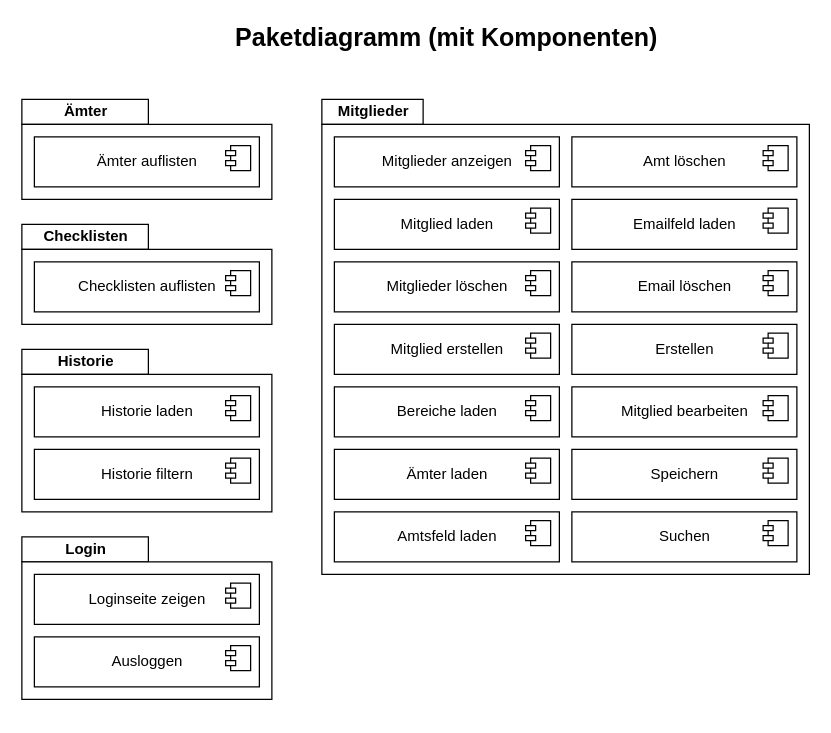
mribrgr/StuRa-Mitgliederdatenbank keeps this draw.io diagram as page "Paketkomponenten" (3 of 10) of docs/anforderung/files/svg/diagrams_master.drawio. Above is the earlier version. Source tidied: cells renumbered, new cells numbered last; positions are measured from the earlier drawing's top-left corner, leaving out a move shared by most shapes. Both pictures are drawn from the tidied source at 125%, with x=0, y=0 at pixel (21, 24).
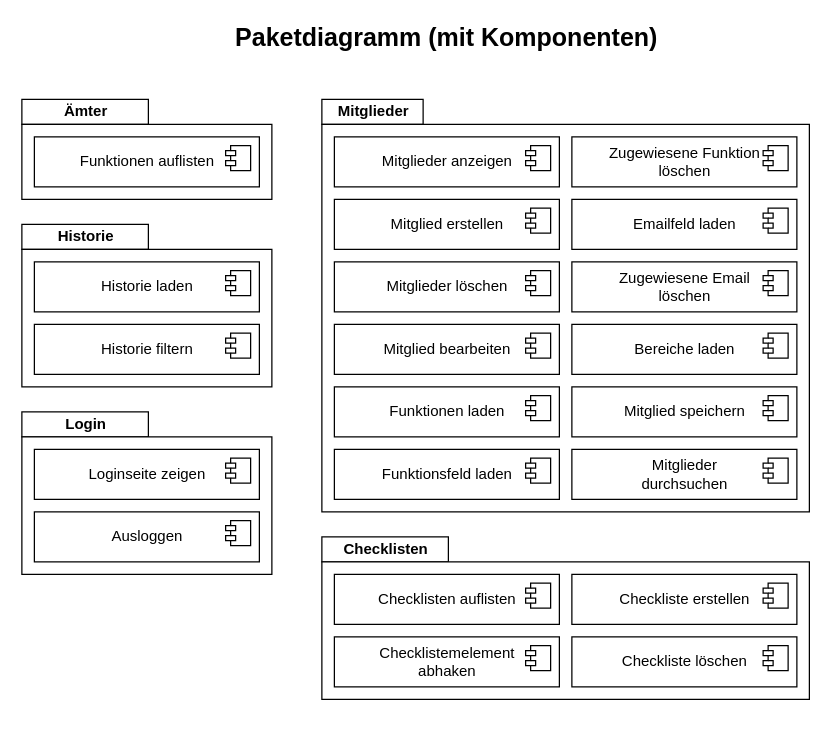
After the change.

Unchanged cells that the change refers to:
```xml
<mxCell id="9" style="group;" parent="1" vertex="1">
  <mxGeometry y="60" width="200" height="100" as="geometry" />
</mxCell>
```

What changed in the source:
```diff
@@
-    <mxCell id="2" style="group;" parent="1" vertex="1">
-      <mxGeometry y="260" width="200" height="140" as="geometry" />
-    </mxCell>
-    <mxCell id="3" value="Historie" style="html=1;fontStyle=1;" parent="2" vertex="1">
-      <mxGeometry width="101.2" height="20" as="geometry" />
-    </mxCell>
-    <mxCell id="4" style="rounded=0;whiteSpace=wrap;html=1;" parent="2" vertex="1">
-      <mxGeometry y="20" width="200" height="110" as="geometry" />
-    </mxCell>
-    <mxCell id="5" value="Historie laden" style="html=1;" parent="2" vertex="1">
-      <mxGeometry x="10" y="30" width="180" height="40" as="geometry" />
-    </mxCell>
-    <mxCell id="6" style="shape=component;jettyWidth=8;jettyHeight=4;" parent="5" vertex="1">
-      <mxGeometry x="1" width="20" height="20" relative="1" as="geometry">
-        <mxPoint x="-27" y="7" as="offset" />
-      </mxGeometry>
-    </mxCell>
-    <mxCell id="7" value="Historie filtern" style="html=1;" parent="2" vertex="1">
-      <mxGeometry x="10" y="80" width="180" height="40" as="geometry" />
-    </mxCell>
-    <mxCell id="8" style="shape=component;jettyWidth=8;jettyHeight=4;" parent="7" vertex="1">
-      <mxGeometry x="1" width="20" height="20" relative="1" as="geometry">
-        <mxPoint x="-27" y="7" as="offset" />
-      </mxGeometry>
-    </mxCell>
@@
-    <mxCell id="12" value="Ämter auflisten" style="html=1;" parent="9" vertex="1">
+    <mxCell id="12" value="Funktionen auflisten" style="html=1;" parent="9" vertex="1">
       <mxGeometry x="10" y="30" width="180" height="40" as="geometry" />
     </mxCell>
@@
-    <mxCell id="14" style="group;" parent="1" vertex="1">
-      <mxGeometry y="160" width="200" height="100" as="geometry" />
-    </mxCell>
-    <mxCell id="15" value="Checklisten" style="html=1;fontStyle=1;" parent="14" vertex="1">
-      <mxGeometry width="101.2" height="20" as="geometry" />
-    </mxCell>
-    <mxCell id="16" style="rounded=0;whiteSpace=wrap;html=1;" parent="14" vertex="1">
-      <mxGeometry y="20" width="200" height="60" as="geometry" />
-    </mxCell>
-    <mxCell id="17" value="Checklisten auflisten" style="html=1;" parent="14" vertex="1">
-      <mxGeometry x="10" y="30" width="180" height="40" as="geometry" />
-    </mxCell>
-    <mxCell id="18" style="shape=component;jettyWidth=8;jettyHeight=4;" parent="17" vertex="1">
-      <mxGeometry x="1" width="20" height="20" relative="1" as="geometry">
-        <mxPoint x="-27" y="7" as="offset" />
-      </mxGeometry>
-    </mxCell>
     <mxCell id="19" style="group;" parent="1" vertex="1">
-      <mxGeometry y="410" width="200" height="140" as="geometry" />
+      <mxGeometry y="310" width="200" height="140" as="geometry" />
     </mxCell>
@@
-    <mxCell id="27" style="group;" parent="1" vertex="1">
-      <mxGeometry x="240" y="60" width="390" height="380" as="geometry" />
-    </mxCell>
+    <mxCell id="58" style="group;" parent="1" vertex="1">
+      <mxGeometry x="240" y="60" width="390" height="330" as="geometry" />
+    </mxCell>
-    <mxCell id="28" value="Mitglieder" style="html=1;fontStyle=1;" parent="27" vertex="1">
+    <mxCell id="28" value="Mitglieder" style="html=1;fontStyle=1;" parent="58" vertex="1">
       <mxGeometry width="81" height="20" as="geometry" />
     </mxCell>
-    <mxCell id="29" style="rounded=0;whiteSpace=wrap;html=1;" parent="27" vertex="1">
-      <mxGeometry y="20" width="390" height="360" as="geometry" />
+    <mxCell id="29" style="rounded=0;whiteSpace=wrap;html=1;" parent="58" vertex="1">
+      <mxGeometry y="20" width="390" height="310" as="geometry" />
     </mxCell>
-    <mxCell id="30" value="Mitglieder anzeigen" style="html=1;" parent="27" vertex="1">
+    <mxCell id="30" value="Mitglieder anzeigen" style="html=1;" parent="58" vertex="1">
       <mxGeometry x="10" y="30" width="180" height="40" as="geometry" />
     </mxCell>
@@
-    <mxCell id="32" value="Mitglied laden" style="html=1;" parent="27" vertex="1">
-      <mxGeometry x="10" y="80" width="180" height="40" as="geometry" />
-    </mxCell>
-    <mxCell id="33" style="shape=component;jettyWidth=8;jettyHeight=4;" parent="32" vertex="1">
-      <mxGeometry x="1" width="20" height="20" relative="1" as="geometry">
-        <mxPoint x="-27" y="7" as="offset" />
-      </mxGeometry>
-    </mxCell>
-    <mxCell id="34" value="Mitglieder löschen" style="html=1;" parent="27" vertex="1">
+    <mxCell id="34" value="Mitglieder löschen" style="html=1;" parent="58" vertex="1">
       <mxGeometry x="10" y="130" width="180" height="40" as="geometry" />
     </mxCell>
@@
-    <mxCell id="36" value="Mitglied erstellen" style="html=1;" parent="27" vertex="1">
-      <mxGeometry x="10" y="180" width="180" height="40" as="geometry" />
+    <mxCell id="36" value="Mitglied erstellen" style="html=1;" parent="58" vertex="1">
+      <mxGeometry x="10" y="80" width="180" height="40" as="geometry" />
     </mxCell>
@@
-    <mxCell id="38" value="Bereiche laden" style="html=1;" parent="27" vertex="1">
-      <mxGeometry x="10" y="230" width="180" height="40" as="geometry" />
+    <mxCell id="38" value="Bereiche laden" style="html=1;" parent="58" vertex="1">
+      <mxGeometry x="200" y="180" width="180" height="40" as="geometry" />
     </mxCell>
@@
-    <mxCell id="40" value="Ämter laden" style="html=1;" parent="27" vertex="1">
-      <mxGeometry x="10" y="280" width="180" height="40" as="geometry" />
+    <mxCell id="40" value="Funktionen laden" style="html=1;" parent="58" vertex="1">
+      <mxGeometry x="10" y="230" width="180" height="40" as="geometry" />
     </mxCell>
@@
-    <mxCell id="42" value="Amtsfeld laden" style="html=1;" parent="27" vertex="1">
-      <mxGeometry x="10" y="330" width="180" height="40" as="geometry" />
+    <mxCell id="42" value="Funktionsfeld laden" style="html=1;" parent="58" vertex="1">
+      <mxGeometry x="10" y="280" width="180" height="40" as="geometry" />
     </mxCell>
@@
-    <mxCell id="44" value="Amt löschen" style="html=1;" parent="27" vertex="1">
+    <mxCell id="44" value="Zugewiesene Funktion&lt;br&gt;löschen" style="html=1;" parent="58" vertex="1">
       <mxGeometry x="200" y="30" width="180" height="40" as="geometry" />
     </mxCell>
@@
-    <mxCell id="46" value="Emailfeld laden" style="html=1;" parent="27" vertex="1">
+    <mxCell id="46" value="Emailfeld laden" style="html=1;" parent="58" vertex="1">
       <mxGeometry x="200" y="80" width="180" height="40" as="geometry" />
     </mxCell>
@@
-    <mxCell id="48" value="Email löschen" style="html=1;" parent="27" vertex="1">
+    <mxCell id="48" value="Zugewiesene Email&lt;br&gt;löschen" style="html=1;" parent="58" vertex="1">
       <mxGeometry x="200" y="130" width="180" height="40" as="geometry" />
     </mxCell>
@@
-    <mxCell id="50" value="Erstellen" style="html=1;" parent="27" vertex="1">
-      <mxGeometry x="200" y="180" width="180" height="40" as="geometry" />
-    </mxCell>
-    <mxCell id="51" style="shape=component;jettyWidth=8;jettyHeight=4;" parent="50" vertex="1">
-      <mxGeometry x="1" width="20" height="20" relative="1" as="geometry">
-        <mxPoint x="-27" y="7" as="offset" />
-      </mxGeometry>
-    </mxCell>
-    <mxCell id="52" value="Mitglied bearbeiten" style="html=1;" parent="27" vertex="1">
-      <mxGeometry x="200" y="230" width="180" height="40" as="geometry" />
+    <mxCell id="52" value="Mitglied bearbeiten" style="html=1;" parent="58" vertex="1">
+      <mxGeometry x="10" y="180" width="180" height="40" as="geometry" />
     </mxCell>
@@
-    <mxCell id="54" value="Speichern" style="html=1;" parent="27" vertex="1">
-      <mxGeometry x="200" y="280" width="180" height="40" as="geometry" />
+    <mxCell id="54" value="Mitglied speichern" style="html=1;" parent="58" vertex="1">
+      <mxGeometry x="200" y="230" width="180" height="40" as="geometry" />
     </mxCell>
@@
-    <mxCell id="56" value="Suchen" style="html=1;" parent="27" vertex="1">
-      <mxGeometry x="200" y="330" width="180" height="40" as="geometry" />
+    <mxCell id="56" value="Mitglieder&lt;br&gt;durchsuchen" style="html=1;" parent="58" vertex="1">
+      <mxGeometry x="200" y="280" width="180" height="40" as="geometry" />
     </mxCell>
@@
+    <mxCell id="59" style="group;" parent="1" vertex="1">
+      <mxGeometry x="240" y="410" width="390" height="130" as="geometry" />
+    </mxCell>
+    <mxCell id="15" value="Checklisten" style="html=1;fontStyle=1;" parent="59" vertex="1">
+      <mxGeometry width="101.2" height="20" as="geometry" />
+    </mxCell>
+    <mxCell id="16" style="rounded=0;whiteSpace=wrap;html=1;" parent="59" vertex="1">
+      <mxGeometry y="20" width="390" height="110" as="geometry" />
+    </mxCell>
+    <mxCell id="17" value="Checklisten auflisten" style="html=1;" parent="59" vertex="1">
+      <mxGeometry x="10" y="30" width="180" height="40" as="geometry" />
+    </mxCell>
+    <mxCell id="18" style="shape=component;jettyWidth=8;jettyHeight=4;" parent="17" vertex="1">
+      <mxGeometry x="1" width="20" height="20" relative="1" as="geometry">
+        <mxPoint x="-27" y="7" as="offset" />
+      </mxGeometry>
+    </mxCell>
+    <mxCell id="60" value="Checkliste erstellen" style="html=1;" parent="59" vertex="1">
+      <mxGeometry x="200" y="30" width="180" height="40" as="geometry" />
+    </mxCell>
+    <mxCell id="61" style="shape=component;jettyWidth=8;jettyHeight=4;" parent="60" vertex="1">
+      <mxGeometry x="1" width="20" height="20" relative="1" as="geometry">
+        <mxPoint x="-27" y="7" as="offset" />
+      </mxGeometry>
+    </mxCell>
+    <mxCell id="62" value="Checkliste löschen" style="html=1;" parent="59" vertex="1">
+      <mxGeometry x="200" y="80" width="180" height="40" as="geometry" />
+    </mxCell>
+    <mxCell id="63" style="shape=component;jettyWidth=8;jettyHeight=4;" parent="62" vertex="1">
+      <mxGeometry x="1" width="20" height="20" relative="1" as="geometry">
+        <mxPoint x="-27" y="7" as="offset" />
+      </mxGeometry>
+    </mxCell>
+    <mxCell id="64" value="Checklistemelement&lt;br&gt;abhaken" style="html=1;" parent="59" vertex="1">
+      <mxGeometry x="10" y="80" width="180" height="40" as="geometry" />
+    </mxCell>
+    <mxCell id="65" style="shape=component;jettyWidth=8;jettyHeight=4;" parent="64" vertex="1">
+      <mxGeometry x="1" width="20" height="20" relative="1" as="geometry">
+        <mxPoint x="-27" y="7" as="offset" />
+      </mxGeometry>
+    </mxCell>
+    <mxCell id="66" style="group;" parent="1" vertex="1">
+      <mxGeometry y="160" width="200" height="130" as="geometry" />
+    </mxCell>
+    <mxCell id="3" value="Historie" style="html=1;fontStyle=1;" parent="66" vertex="1">
+      <mxGeometry width="101.2" height="20" as="geometry" />
+    </mxCell>
+    <mxCell id="4" style="rounded=0;whiteSpace=wrap;html=1;" parent="66" vertex="1">
+      <mxGeometry y="20" width="200" height="110" as="geometry" />
+    </mxCell>
+    <mxCell id="5" value="Historie laden" style="html=1;" parent="66" vertex="1">
+      <mxGeometry x="10" y="30" width="180" height="40" as="geometry" />
+    </mxCell>
+    <mxCell id="6" style="shape=component;jettyWidth=8;jettyHeight=4;" parent="5" vertex="1">
+      <mxGeometry x="1" width="20" height="20" relative="1" as="geometry">
+        <mxPoint x="-27" y="7" as="offset" />
+      </mxGeometry>
+    </mxCell>
+    <mxCell id="7" value="Historie filtern" style="html=1;" parent="66" vertex="1">
+      <mxGeometry x="10" y="80" width="180" height="40" as="geometry" />
+    </mxCell>
+    <mxCell id="8" style="shape=component;jettyWidth=8;jettyHeight=4;" parent="7" vertex="1">
+      <mxGeometry x="1" width="20" height="20" relative="1" as="geometry">
+        <mxPoint x="-27" y="7" as="offset" />
+      </mxGeometry>
+    </mxCell>
```
